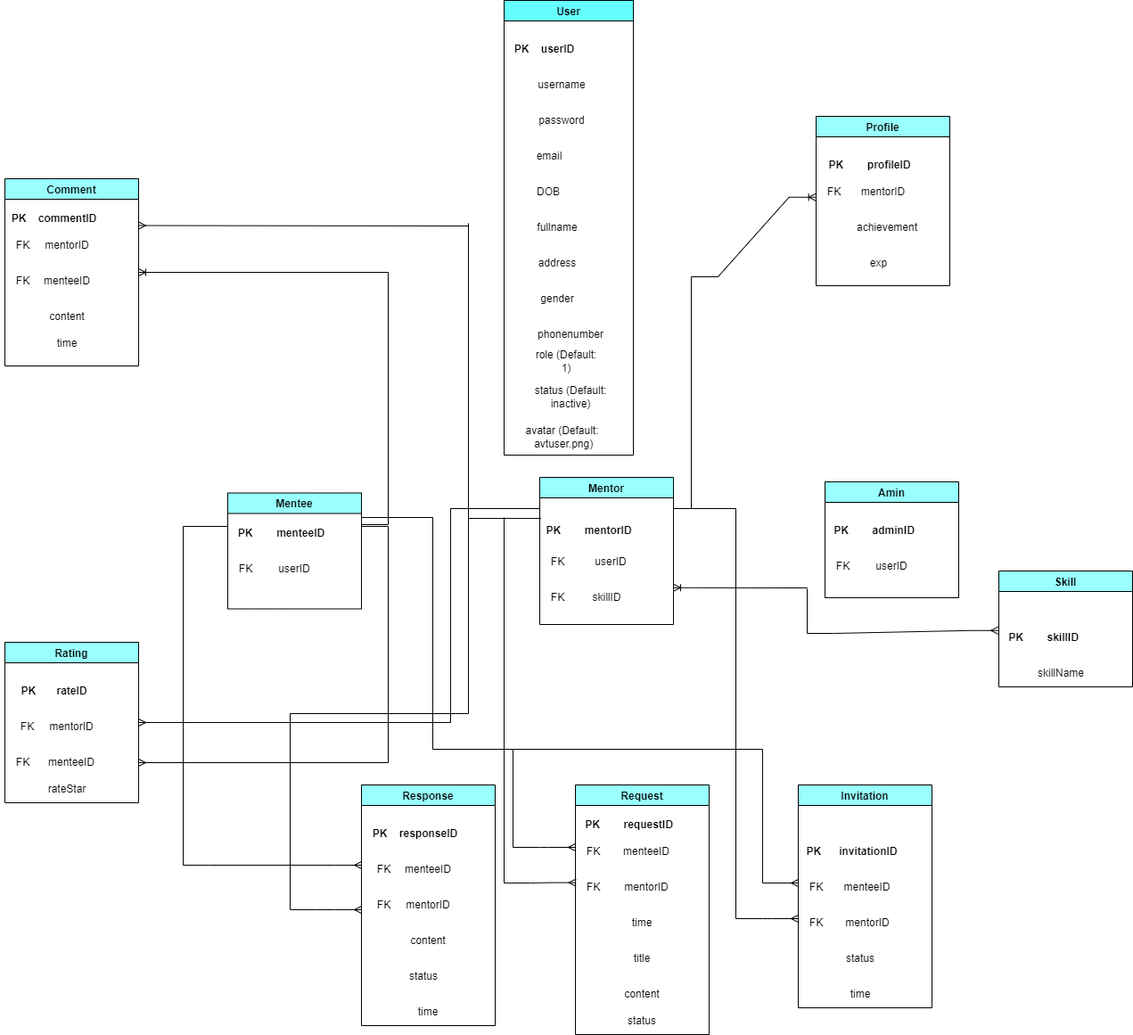
dungdt23/SWP391_Document keeps this draw.io diagram as HappyProgramming_DB.drawio.png. Above is the earlier version. Source tidied: cells renumbered, new cells last; positions are measured from the earlier drawing's top-left corner, leaving out a move shared by most shapes.
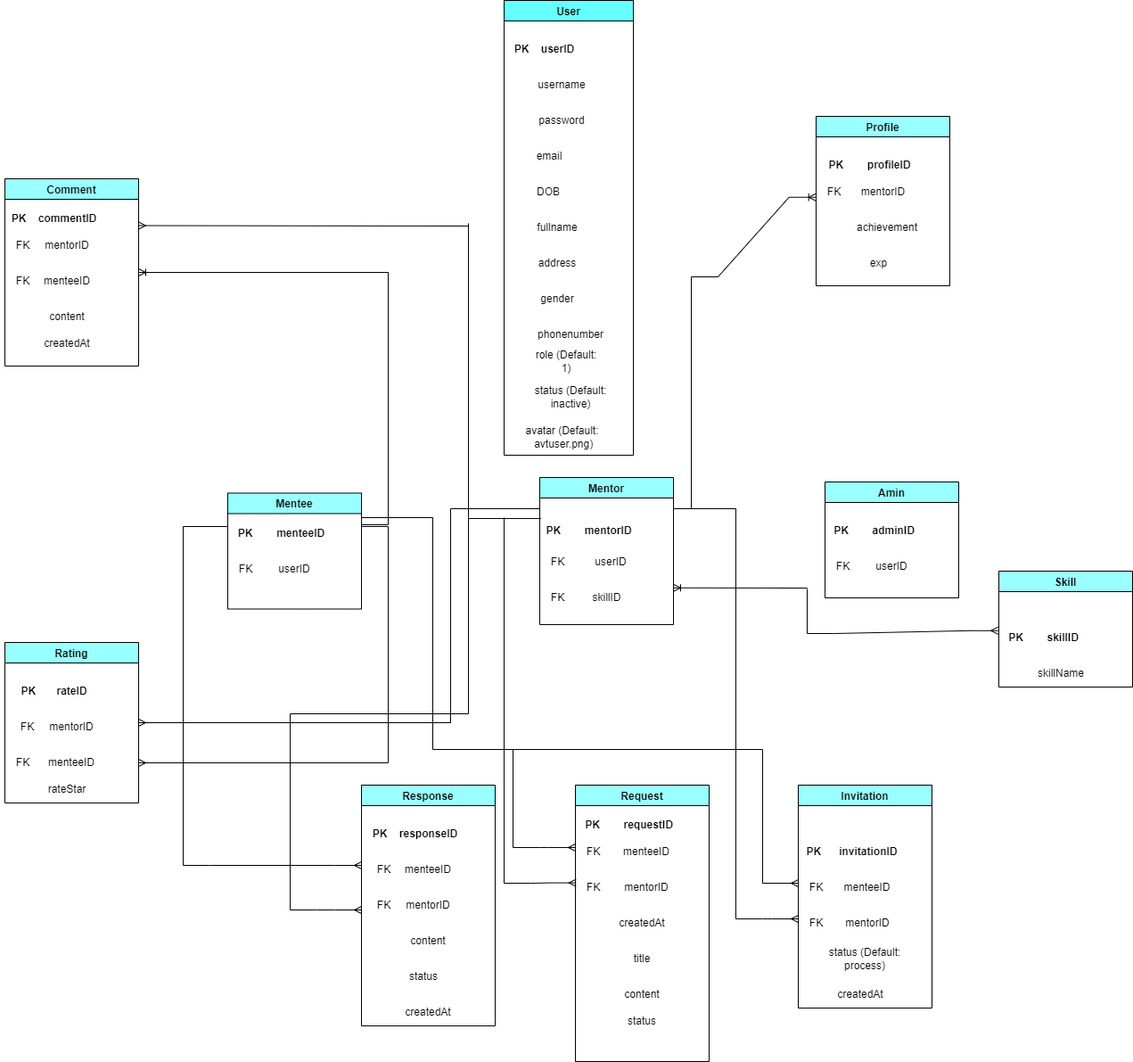
After the change.

Change to the diagram source:
```diff
@@ -93,7 +93,7 @@
       <mxGeometry x="40" y="100" width="60" height="30" as="geometry" />
     </mxCell>
     <mxCell id="32" value="Request" style="swimlane;fillColor=#99FFFF;" parent="1" vertex="1">
-      <mxGeometry x="645" y="880" width="150" height="280" as="geometry" />
+      <mxGeometry x="645" y="880" width="150" height="310" as="geometry" />
     </mxCell>
     <mxCell id="33" value="&lt;b&gt;PK&amp;nbsp;&amp;nbsp;&amp;nbsp;&amp;nbsp;&amp;nbsp;&amp;nbsp;&amp;nbsp; requestID&lt;/b&gt;" style="text;html=1;align=center;verticalAlign=middle;strokeColor=none;fillColor=none;" parent="32" vertex="1">
       <mxGeometry y="30" width="120" height="30" as="geometry" />
@@ -119,7 +119,7 @@
     <mxCell id="40" value="content" style="text;html=1;strokeColor=none;fillColor=none;align=center;verticalAlign=middle;whiteSpace=wrap;rounded=0;" parent="32" vertex="1">
       <mxGeometry x="45" y="220" width="60" height="30" as="geometry" />
     </mxCell>
-    <mxCell id="41" value="time" style="text;html=1;strokeColor=none;fillColor=none;align=center;verticalAlign=middle;whiteSpace=wrap;rounded=0;" parent="32" vertex="1">
+    <mxCell id="41" value="createdAt" style="text;html=1;strokeColor=none;fillColor=none;align=center;verticalAlign=middle;whiteSpace=wrap;rounded=0;" parent="32" vertex="1">
       <mxGeometry x="45" y="140" width="60" height="30" as="geometry" />
     </mxCell>
     <mxCell id="42" value="Rating" style="swimlane;fillColor=#99FFFF;" parent="1" vertex="1">
@@ -161,10 +161,10 @@
     <mxCell id="54" value="FK" style="text;html=1;align=center;verticalAlign=middle;strokeColor=none;fillColor=none;" parent="49" vertex="1">
       <mxGeometry y="140" width="40" height="30" as="geometry" />
     </mxCell>
-    <mxCell id="55" value="status" style="text;html=1;strokeColor=none;fillColor=none;align=center;verticalAlign=middle;whiteSpace=wrap;rounded=0;" parent="49" vertex="1">
-      <mxGeometry x="40" y="180" width="60" height="30" as="geometry" />
+    <mxCell id="55" value="status (Default: process)" style="text;html=1;strokeColor=none;fillColor=none;align=center;verticalAlign=middle;whiteSpace=wrap;rounded=0;" parent="49" vertex="1">
+      <mxGeometry x="30" y="180" width="90" height="30" as="geometry" />
     </mxCell>
-    <mxCell id="56" value="time" style="text;html=1;strokeColor=none;fillColor=none;align=center;verticalAlign=middle;whiteSpace=wrap;rounded=0;" parent="49" vertex="1">
+    <mxCell id="56" value="createdAt" style="text;html=1;strokeColor=none;fillColor=none;align=center;verticalAlign=middle;whiteSpace=wrap;rounded=0;" parent="49" vertex="1">
       <mxGeometry x="40" y="220" width="60" height="30" as="geometry" />
     </mxCell>
     <mxCell id="57" value="Response" style="swimlane;fillColor=#99FFFF;" parent="1" vertex="1">
@@ -191,7 +191,7 @@
     <mxCell id="64" value="status" style="text;html=1;strokeColor=none;fillColor=none;align=center;verticalAlign=middle;whiteSpace=wrap;rounded=0;" parent="57" vertex="1">
       <mxGeometry x="40" y="200" width="60" height="30" as="geometry" />
     </mxCell>
-    <mxCell id="65" value="time" style="text;html=1;strokeColor=none;fillColor=none;align=center;verticalAlign=middle;whiteSpace=wrap;rounded=0;" parent="57" vertex="1">
+    <mxCell id="65" value="createdAt" style="text;html=1;strokeColor=none;fillColor=none;align=center;verticalAlign=middle;whiteSpace=wrap;rounded=0;" parent="57" vertex="1">
       <mxGeometry x="45" y="240" width="60" height="30" as="geometry" />
     </mxCell>
     <mxCell id="66" value="Comment" style="swimlane;fillColor=#99FFFF;" parent="1" vertex="1">
@@ -215,7 +215,7 @@
     <mxCell id="72" value="content" style="text;html=1;strokeColor=none;fillColor=none;align=center;verticalAlign=middle;whiteSpace=wrap;rounded=0;" parent="66" vertex="1">
       <mxGeometry x="40" y="140" width="60" height="30" as="geometry" />
     </mxCell>
-    <mxCell id="73" value="time" style="text;html=1;strokeColor=none;fillColor=none;align=center;verticalAlign=middle;whiteSpace=wrap;rounded=0;" parent="66" vertex="1">
+    <mxCell id="73" value="createdAt" style="text;html=1;strokeColor=none;fillColor=none;align=center;verticalAlign=middle;whiteSpace=wrap;rounded=0;" parent="66" vertex="1">
       <mxGeometry x="40" y="170" width="60" height="30" as="geometry" />
     </mxCell>
     <mxCell id="74" value="Profile" style="swimlane;fillColor=#99FFFF;" parent="1" vertex="1">
```
